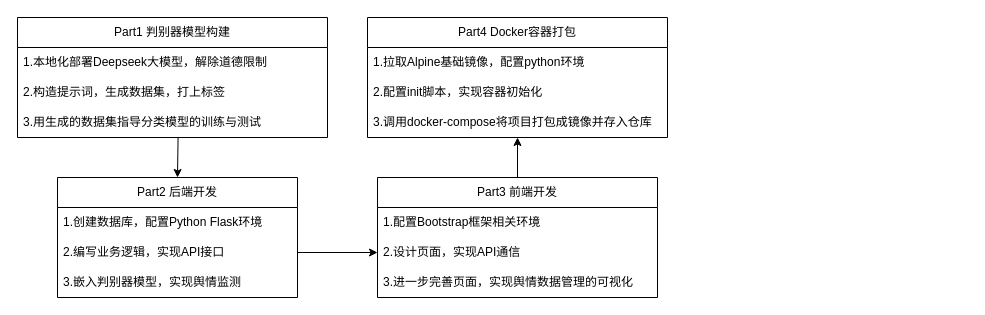
Before: product_overview.drawio in Megalomanian/diagrams, a draw.io diagram. Source tidied: cells renumbered, new cells numbered last; positions are measured from the earlier drawing's top-left corner, leaving out a move shared by most shapes. Both pictures are drawn from the tidied source at 100%, with x=0, y=0 at pixel (17, 17).
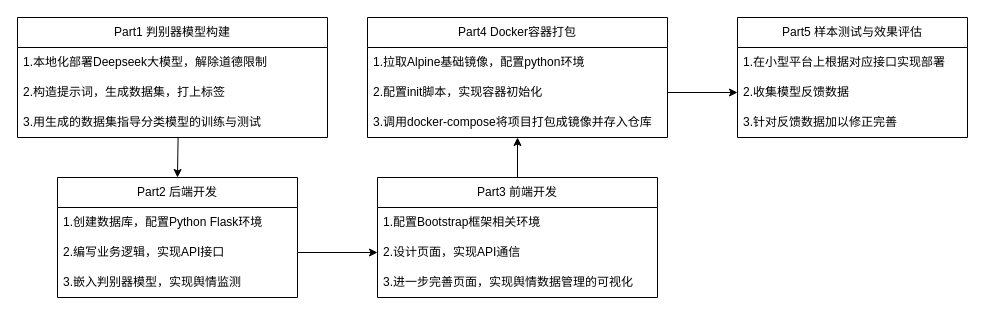
The same page after the edit.

Unchanged cells that the change refers to:
```xml
<mxCell id="17" value="2.配置init脚本，实现容器初始化" style="text;strokeColor=none;fillColor=none;align=left;verticalAlign=middle;spacingLeft=4;spacingRight=4;overflow=hidden;points=[[0,0.5],[1,0.5]];portConstraint=eastwest;whiteSpace=wrap;html=1;" parent="15" vertex="1">
  <mxGeometry y="60" width="300" height="30" as="geometry" />
</mxCell>
```

The edit, as a diff of the source:
```diff
@@
+    <mxCell id="21" value="Part5 样本测试与效果评估" style="swimlane;fontStyle=0;horizontal=1;startSize=30;whiteSpace=wrap;html=1;" parent="1" vertex="1">
+      <mxGeometry x="720" width="230" height="120" as="geometry" />
+    </mxCell>
+    <mxCell id="22" value="1.在小型平台上根据对应接口实现部署" style="text;strokeColor=none;fillColor=none;align=left;verticalAlign=middle;spacingLeft=4;spacingRight=4;overflow=hidden;whiteSpace=wrap;html=1;" parent="21" vertex="1">
+      <mxGeometry y="30" width="230" height="30" as="geometry" />
+    </mxCell>
+    <mxCell id="23" value="2.收集模型反馈数据" style="text;strokeColor=none;fillColor=none;align=left;verticalAlign=middle;spacingLeft=4;spacingRight=4;overflow=hidden;points=[[0,0.5],[1,0.5]];portConstraint=eastwest;whiteSpace=wrap;html=1;" parent="21" vertex="1">
+      <mxGeometry y="60" width="230" height="30" as="geometry" />
+    </mxCell>
+    <mxCell id="24" value="3.针对反馈数据加以修正完善" style="text;strokeColor=none;fillColor=none;align=left;verticalAlign=middle;spacingLeft=4;spacingRight=4;overflow=hidden;whiteSpace=wrap;html=1;" parent="21" vertex="1">
+      <mxGeometry y="90" width="230" height="30" as="geometry" />
+    </mxCell>
+    <mxCell id="25" style="endArrow=classic;html=1;rounded=0;exitX=1;exitY=0.5;exitDx=0;exitDy=0;entryX=0;entryY=0.5;entryDx=0;entryDy=0;" parent="1" edge="1" source="17" target="23">
+      <mxGeometry relative="1" as="geometry" />
+    </mxCell>
```
